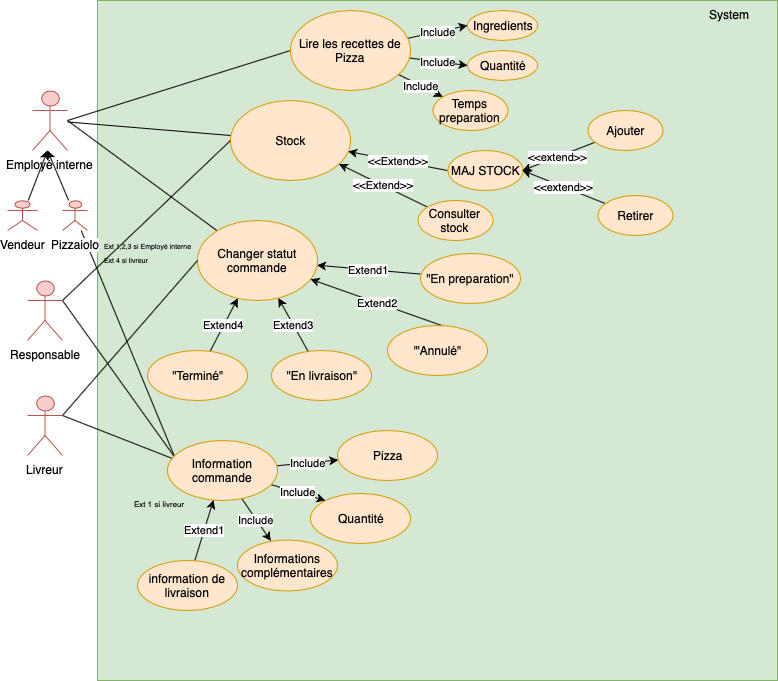
The draw.io diagram PNG/Untitled Diagram_Context.drawio-2-3-5 00.36.11-Diagramme_gestion_commande-2.png in AxlMi/OC_Project4, before a commit. Source tidied: cells renumbered, new cells last; positions are measured from the earlier drawing's top-left corner, leaving out a move shared by most shapes.
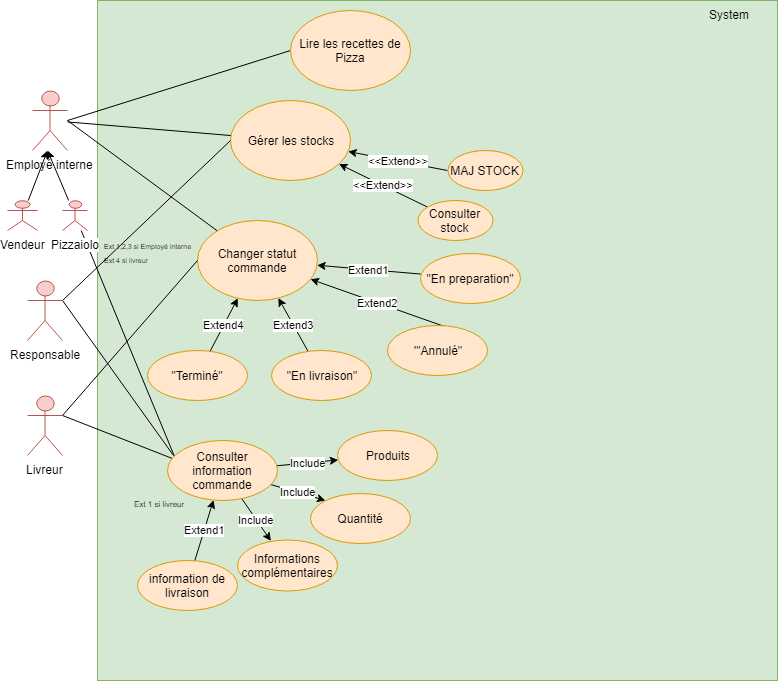
After the commit.

The edit, as a diff of the source:
```diff
@@ -35,18 +35,9 @@
     <mxCell id="10" value="&amp;lt;&amp;lt;Extend&amp;gt;&amp;gt;" style="edgeStyle=none;rounded=0;jettySize=auto;html=1;endArrow=none;endFill=0;startArrow=classic;startFill=1;" parent="1" edge="1" source="11" target="28">
       <mxGeometry relative="1" as="geometry" />
     </mxCell>
-    <mxCell id="11" value="Stock" style="ellipse;whiteSpace=wrap;html=1;fillColor=#ffe6cc;strokeColor=#d79b00;" parent="1" vertex="1">
+    <mxCell id="11" value="Gérer les stocks" style="ellipse;whiteSpace=wrap;html=1;fillColor=#ffe6cc;strokeColor=#d79b00;" parent="1" vertex="1">
       <mxGeometry x="223" y="100" width="120" height="80" as="geometry" />
     </mxCell>
-    <mxCell id="12" value="Include" style="edgeStyle=none;rounded=0;jettySize=auto;html=1;entryX=0;entryY=0.5;entryDx=0;entryDy=0;endArrow=classic;endFill=1;" parent="1" edge="1" source="15" target="24">
-      <mxGeometry relative="1" as="geometry" />
-    </mxCell>
-    <mxCell id="13" value="Include" style="edgeStyle=none;rounded=0;jettySize=auto;html=1;entryX=0;entryY=0.5;entryDx=0;entryDy=0;endArrow=classic;endFill=1;" parent="1" edge="1" source="15" target="25">
-      <mxGeometry relative="1" as="geometry" />
-    </mxCell>
-    <mxCell id="14" value="Include" style="edgeStyle=none;rounded=0;jettySize=auto;html=1;endArrow=classic;endFill=1;" parent="1" edge="1" source="15" target="26">
-      <mxGeometry relative="1" as="geometry" />
-    </mxCell>
     <mxCell id="15" value="Lire les recettes de Pizza" style="ellipse;whiteSpace=wrap;html=1;fillColor=#ffe6cc;strokeColor=#d79b00;" parent="1" vertex="1">
       <mxGeometry x="283" y="10" width="120" height="80" as="geometry" />
     </mxCell>
@@ -76,15 +67,6 @@
     <mxCell id="23" value="Pizzaiolo" style="shape=umlActor;verticalLabelPosition=bottom;labelBackgroundColor=#ffffff;verticalAlign=top;html=1;outlineConnect=0;fillColor=#f8cecc;strokeColor=#b85450;" parent="1" vertex="1">
       <mxGeometry x="55" y="200" width="25" height="30" as="geometry" />
     </mxCell>
-    <mxCell id="24" value="Ingredients" style="ellipse;whiteSpace=wrap;html=1;fillColor=#ffe6cc;strokeColor=#d79b00;" parent="1" vertex="1">
-      <mxGeometry x="460" y="10" width="70" height="30" as="geometry" />
-    </mxCell>
-    <mxCell id="25" value="Quantité" style="ellipse;whiteSpace=wrap;html=1;fillColor=#ffe6cc;strokeColor=#d79b00;" parent="1" vertex="1">
-      <mxGeometry x="460" y="50" width="70" height="30" as="geometry" />
-    </mxCell>
-    <mxCell id="26" value="Temps preparation" style="ellipse;whiteSpace=wrap;html=1;fillColor=#ffe6cc;strokeColor=#d79b00;" parent="1" vertex="1">
-      <mxGeometry x="425" y="90" width="75" height="40" as="geometry" />
-    </mxCell>
     <mxCell id="27" value="MAJ STOCK" style="ellipse;whiteSpace=wrap;html=1;fillColor=#ffe6cc;strokeColor=#d79b00;" parent="1" vertex="1">
       <mxGeometry x="440" y="150" width="75" height="40" as="geometry" />
     </mxCell>
@@ -126,10 +108,10 @@
     <mxCell id="39" value="Include" style="edgeStyle=none;rounded=0;jettySize=auto;html=1;startArrow=none;startFill=0;endArrow=classic;endFill=1;" parent="1" edge="1" source="40" target="43">
       <mxGeometry relative="1" as="geometry" />
     </mxCell>
-    <mxCell id="40" value="Information commande" style="ellipse;whiteSpace=wrap;html=1;fillColor=#ffe6cc;strokeColor=#d79b00;" parent="1" vertex="1">
+    <mxCell id="40" value="Consulter information commande" style="ellipse;whiteSpace=wrap;html=1;fillColor=#ffe6cc;strokeColor=#d79b00;" parent="1" vertex="1">
       <mxGeometry x="160" y="440" width="110" height="60" as="geometry" />
     </mxCell>
-    <mxCell id="41" value="Pizza" style="ellipse;whiteSpace=wrap;html=1;fillColor=#ffe6cc;strokeColor=#d79b00;" parent="1" vertex="1">
+    <mxCell id="41" value="Produits" style="ellipse;whiteSpace=wrap;html=1;fillColor=#ffe6cc;strokeColor=#d79b00;" parent="1" vertex="1">
       <mxGeometry x="330" y="430" width="100" height="50" as="geometry" />
     </mxCell>
     <mxCell id="42" value="Quantité" style="ellipse;whiteSpace=wrap;html=1;fillColor=#ffe6cc;strokeColor=#d79b00;" parent="1" vertex="1">
@@ -147,18 +129,6 @@
     <mxCell id="46" value="&lt;font style=&quot;font-size: 8px&quot;&gt;Ext 1 si livreur&lt;/font&gt;&lt;br&gt;" style="text;html=1;align=left;verticalAlign=top;spacingTop=-4;" parent="1" vertex="1">
       <mxGeometry x="125" y="492.5" width="70" height="20" as="geometry" />
     </mxCell>
-    <mxCell id="47" value="&amp;lt;&amp;lt;extend&amp;gt;&amp;gt;" style="edgeStyle=none;rounded=0;jettySize=auto;html=1;entryX=1;entryY=0.5;entryDx=0;entryDy=0;startArrow=none;startFill=0;endArrow=classic;endFill=1;" parent="1" edge="1" source="48" target="27">
-      <mxGeometry relative="1" as="geometry" />
-    </mxCell>
-    <mxCell id="48" value="Ajouter" style="ellipse;whiteSpace=wrap;html=1;fillColor=#ffe6cc;strokeColor=#d79b00;" parent="1" vertex="1">
-      <mxGeometry x="580" y="110" width="75" height="40" as="geometry" />
-    </mxCell>
-    <mxCell id="49" value="&amp;lt;&amp;lt;extend&amp;gt;&amp;gt;" style="edgeStyle=none;rounded=0;jettySize=auto;html=1;entryX=1;entryY=0.5;entryDx=0;entryDy=0;startArrow=none;startFill=0;endArrow=classic;endFill=1;" parent="1" edge="1" source="50" target="27">
-      <mxGeometry relative="1" as="geometry" />
-    </mxCell>
-    <mxCell id="50" value="Retirer" style="ellipse;whiteSpace=wrap;html=1;fillColor=#ffe6cc;strokeColor=#d79b00;" parent="1" vertex="1">
-      <mxGeometry x="590" y="195" width="75" height="40" as="geometry" />
-    </mxCell>
     <mxCell id="51" style="edgeStyle=none;rounded=0;jettySize=auto;html=1;startArrow=none;startFill=0;endArrow=none;endFill=0;entryX=0;entryY=0.5;entryDx=0;entryDy=0;exitX=1;exitY=0.3333333333333333;exitDx=0;exitDy=0;exitPerimeter=0;" parent="1" edge="1" source="53" target="11">
       <mxGeometry relative="1" as="geometry" />
     </mxCell>
```
